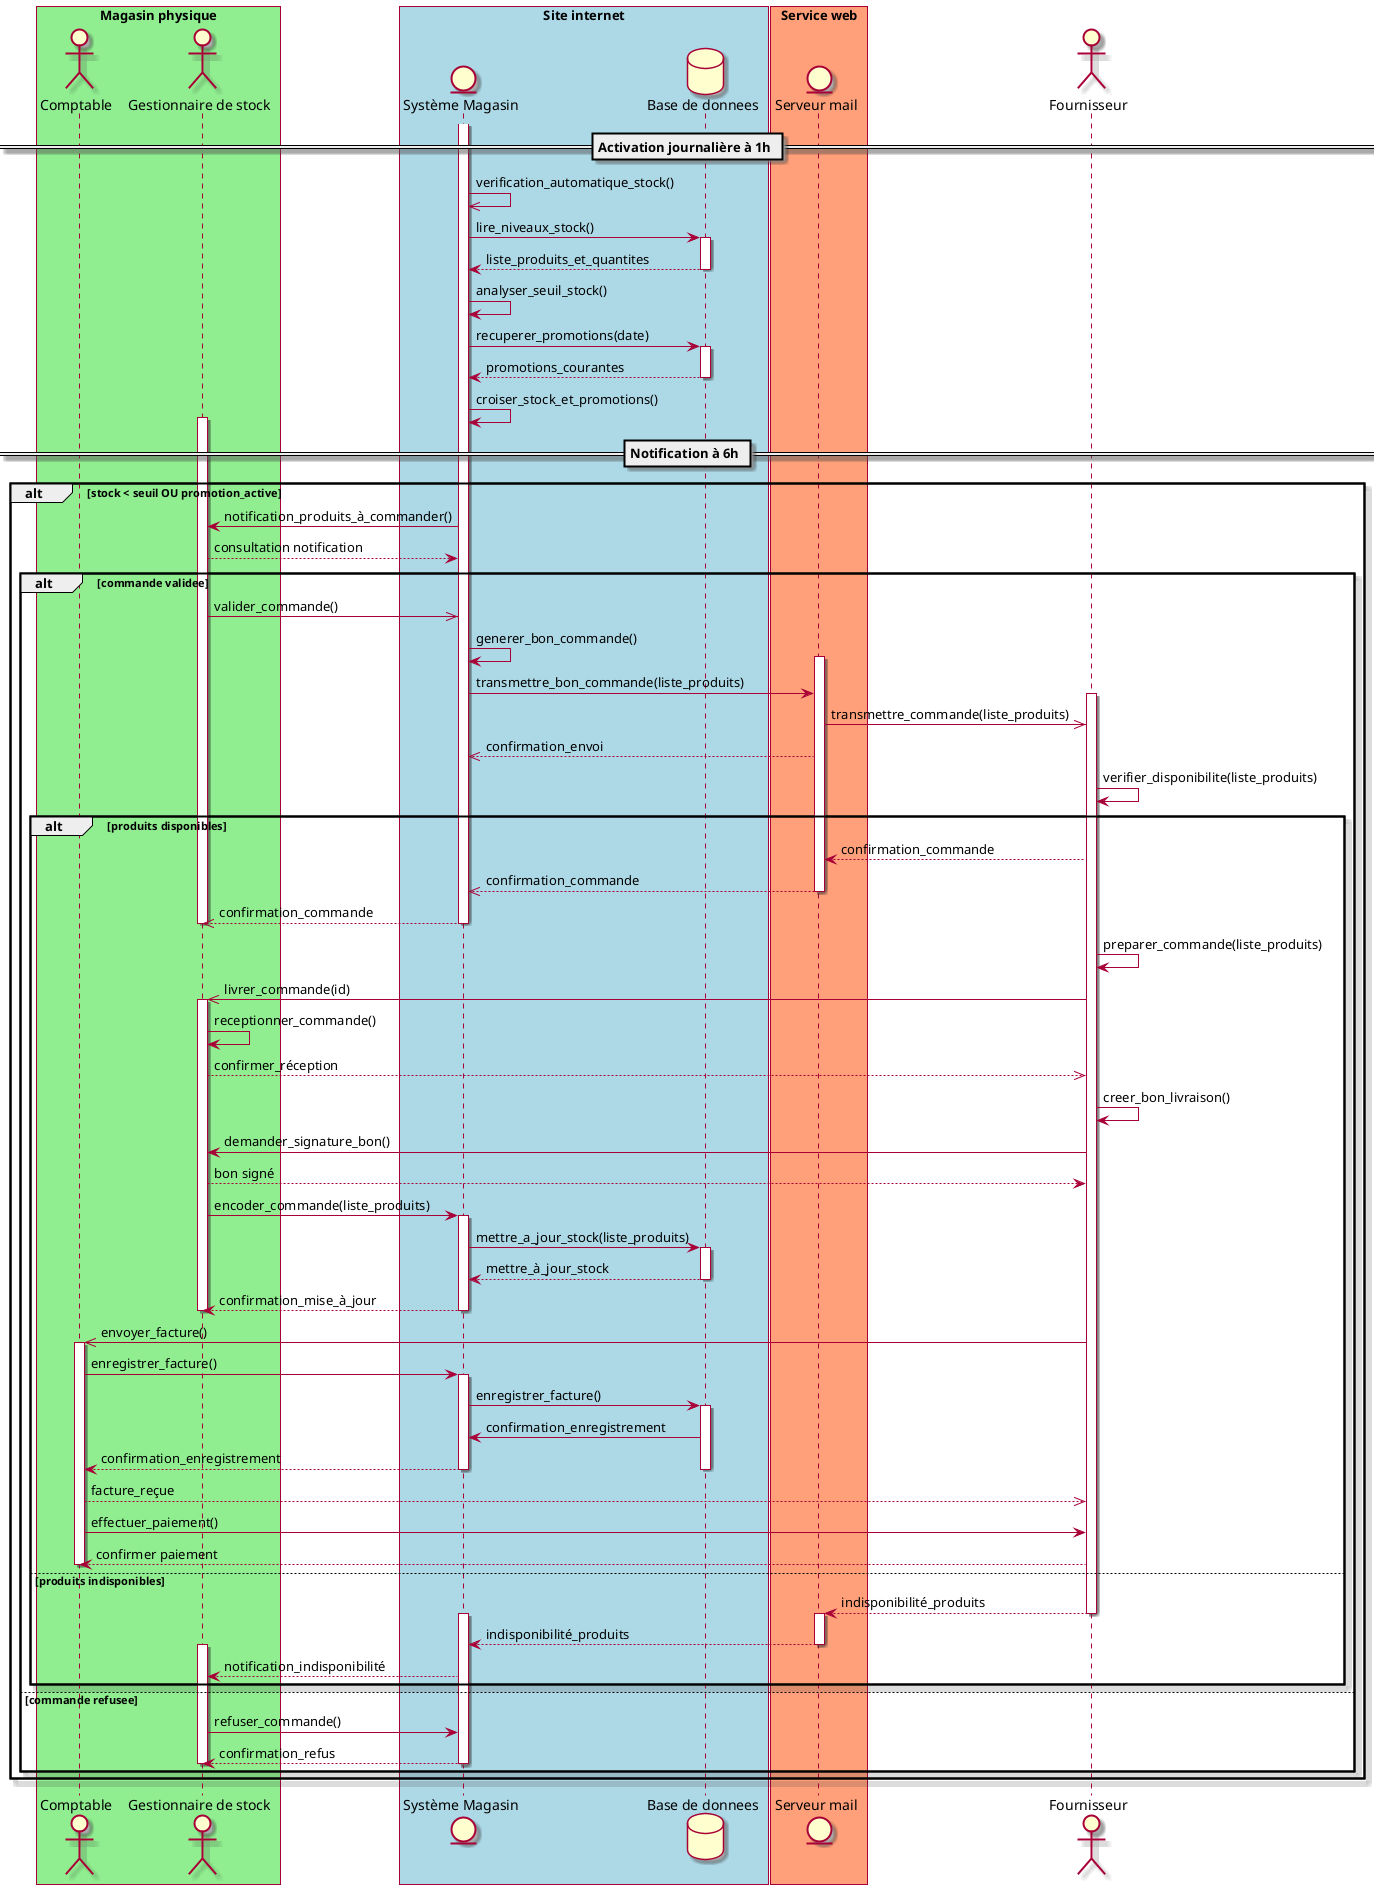
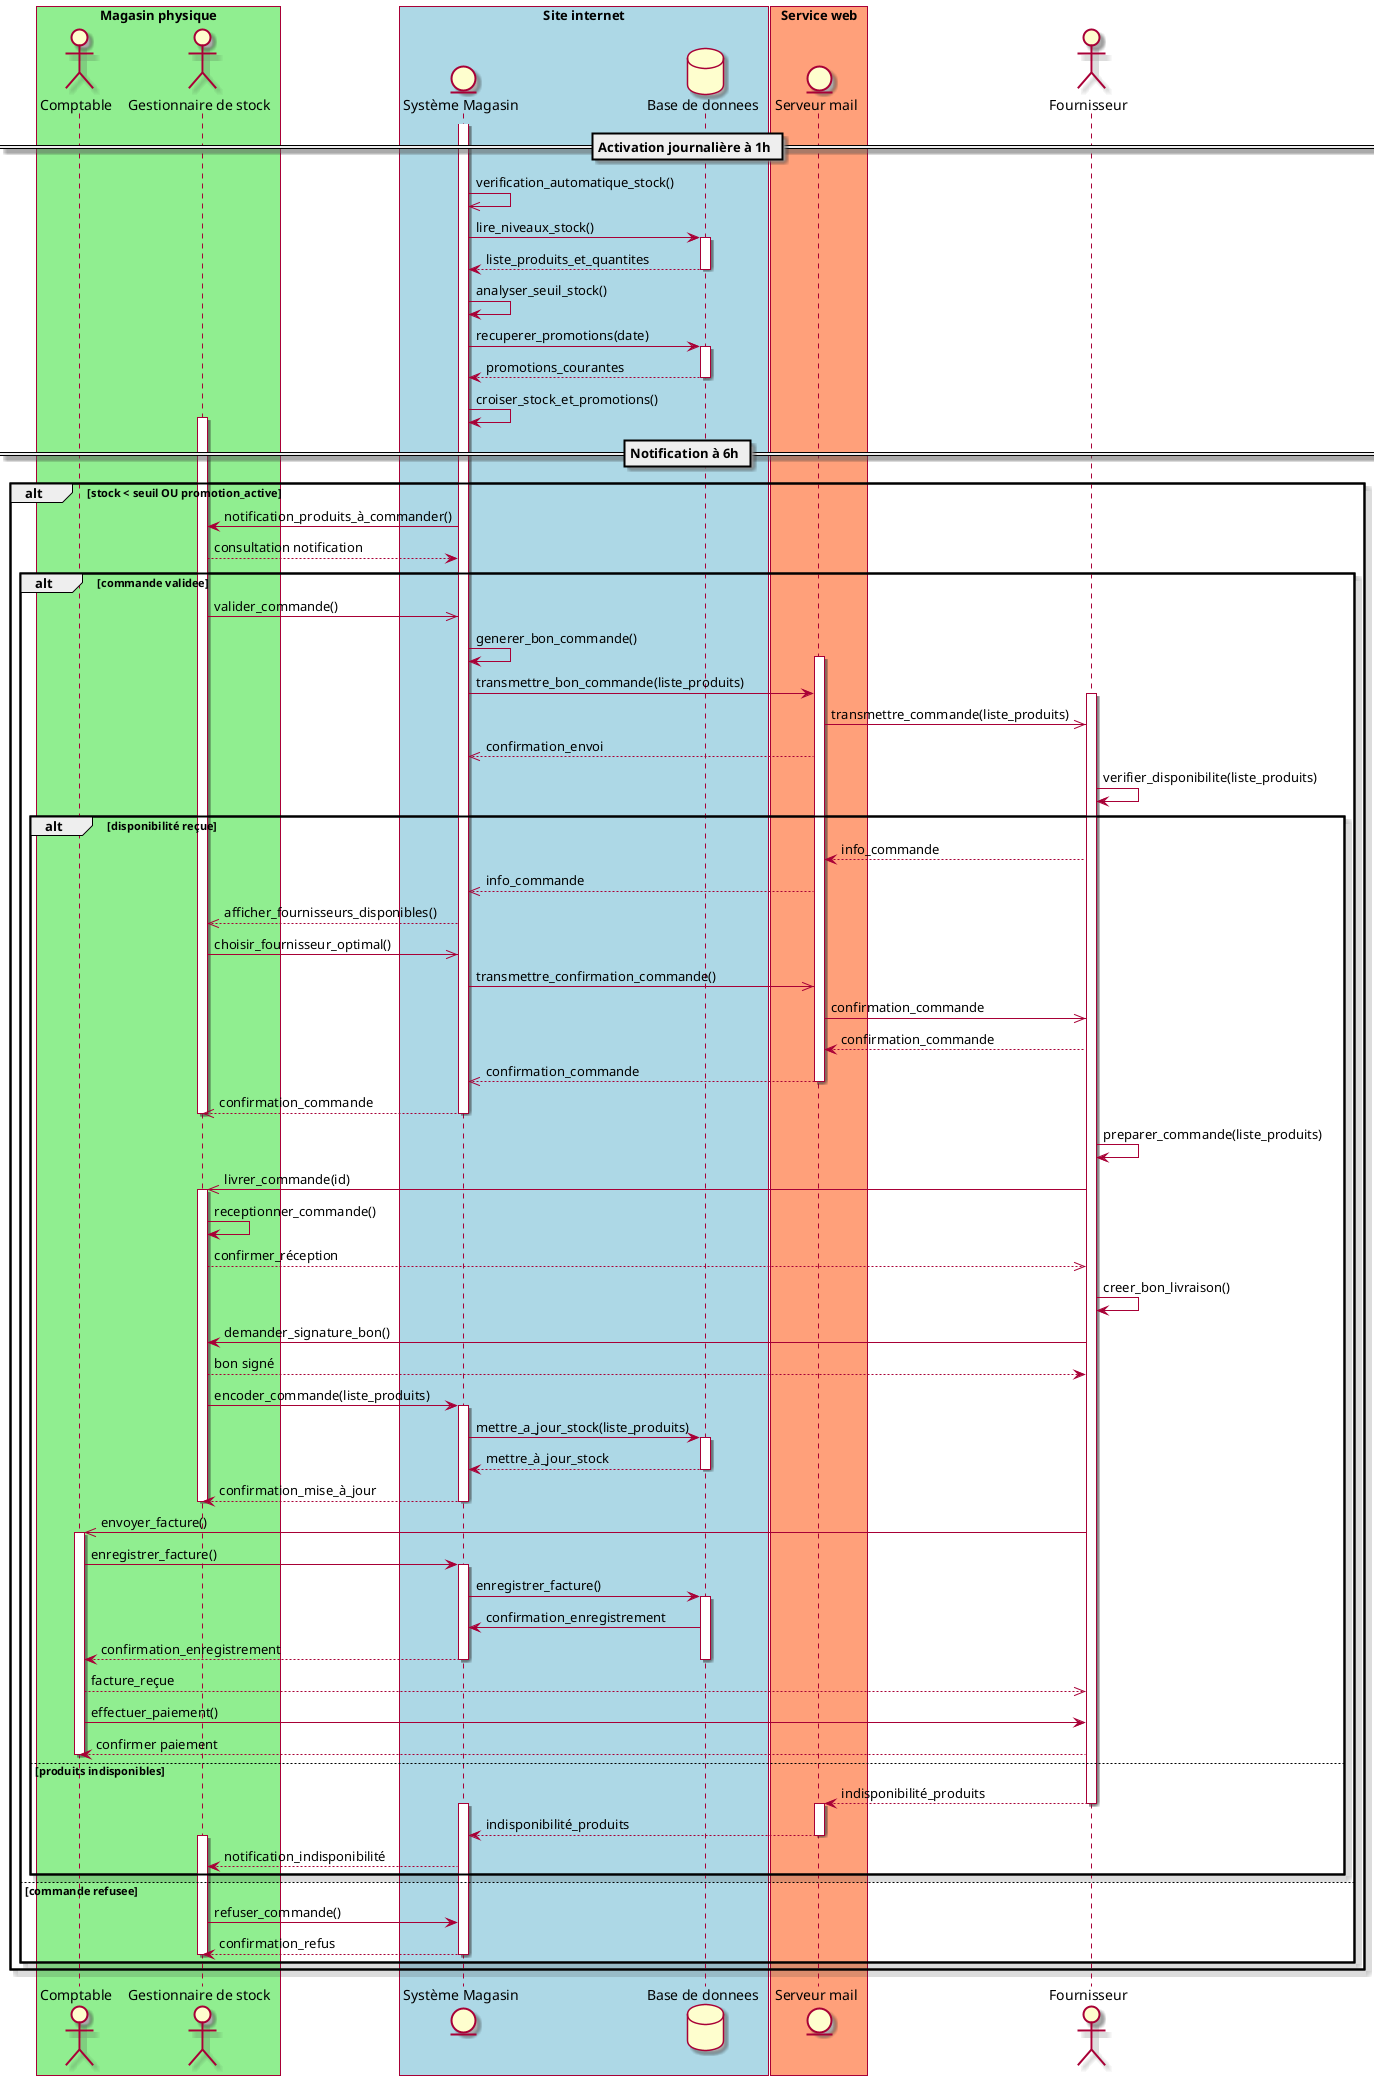
@startuml "Reapprovisionnement automatique"

skin rose
/'skinparam sequenceMessageAlign center'/

box "Magasin physique" #LightGreen
actor "Comptable" as comptable
actor "Gestionnaire de stock" as gestionnaire
end box

box "Site internet" #LightBlue
entity "Système Magasin" as systeme
database "Base de donnees" as bdd
end box

box "Service web" #LightSalmon
entity "Serveur mail" as mail
end box

actor "Fournisseur" as fournisseur

== Activation journalière à 1h ==

/' Verification des stocks '/
activate systeme
systeme ->> systeme : verification_automatique_stock()

systeme -> bdd : lire_niveaux_stock()

activate bdd
bdd --> systeme : liste_produits_et_quantites
deactivate bdd

systeme -> systeme : analyser_seuil_stock()
systeme -> bdd : recuperer_promotions(date)
activate bdd
bdd --> systeme : promotions_courantes
deactivate bdd
systeme -> systeme : croiser_stock_et_promotions()

== Notification à 6h ==

alt stock < seuil OU promotion_active
    activate gestionnaire
    systeme -> gestionnaire : notification_produits_à_commander()
    gestionnaire --> systeme : consultation notification

    alt commande validee
        gestionnaire ->> systeme : valider_commande()

        systeme -> systeme : generer_bon_commande()
        activate mail
        systeme -> mail : transmettre_bon_commande(liste_produits)
        activate fournisseur
        mail ->> fournisseur : transmettre_commande(liste_produits)
        mail -->> systeme :  confirmation_envoi
        fournisseur -> fournisseur : verifier_disponibilite(liste_produits)

-         alt produits disponibles
+         alt disponibilité reçue
+ 
+             fournisseur --> mail : info_commande
+             mail -->> systeme : info_commande
+             systeme -->> gestionnaire : afficher_fournisseurs_disponibles()
+             gestionnaire ->> systeme : choisir_fournisseur_optimal()
+             systeme ->> mail : transmettre_confirmation_commande()
+             mail ->> fournisseur : confirmation_commande
+ 
            fournisseur --> mail : confirmation_commande
            mail -->> systeme : confirmation_commande
            deactivate mail
            systeme -->> gestionnaire : confirmation_commande
            deactivate gestionnaire
            deactivate systeme

            fournisseur -> fournisseur : preparer_commande(liste_produits)
            fournisseur ->> gestionnaire : livrer_commande(id)
            activate gestionnaire

            gestionnaire -> gestionnaire : receptionner_commande()
            gestionnaire -->> fournisseur : confirmer_réception
            fournisseur -> fournisseur : creer_bon_livraison()
            fournisseur -> gestionnaire : demander_signature_bon()
            gestionnaire --> fournisseur : bon signé
            gestionnaire -> systeme : encoder_commande(liste_produits)
            activate systeme
            systeme -> bdd : mettre_a_jour_stock(liste_produits)

            activate bdd
            bdd --> systeme : mettre_à_jour_stock
            deactivate bdd
            systeme --> gestionnaire : confirmation_mise_à_jour
            deactivate systeme

            deactivate gestionnaire

            /'Facturation'/
            fournisseur ->> comptable : envoyer_facture()

            activate comptable
            comptable -> systeme : enregistrer_facture()
            activate systeme
            systeme -> bdd : enregistrer_facture()
            activate bdd
            bdd -> systeme : confirmation_enregistrement
            systeme --> comptable : confirmation_enregistrement
            deactivate bdd
            deactivate systeme

            comptable -->> fournisseur : facture_reçue
            comptable -> fournisseur : effectuer_paiement()
            fournisseur --> comptable : confirmer paiement
            deactivate comptable

        else produits indisponibles
            fournisseur --> mail : indisponibilité_produits
            deactivate fournisseur
            activate mail
            activate systeme
            mail --> systeme : indisponibilité_produits
            deactivate mail
            activate gestionnaire
            systeme --> gestionnaire : notification_indisponibilité
        end
    else commande refusee
        gestionnaire -> systeme : refuser_commande()
        systeme --> gestionnaire : confirmation_refus
        deactivate gestionnaire
        deactivate systeme
    end
end

@enduml